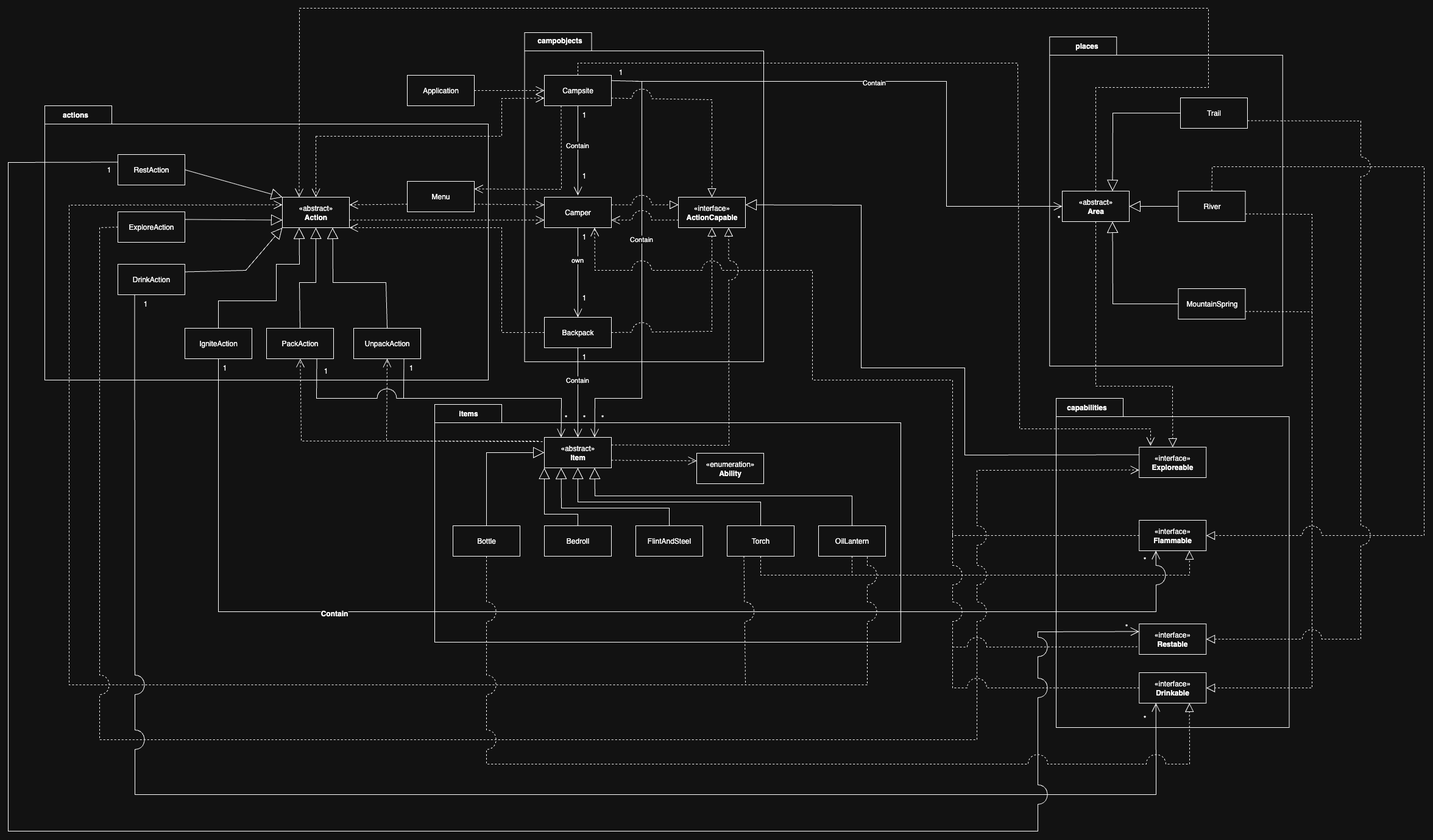
Earlier version of the draw.io export docs/w5-uml.png (Fanka2005/Bootcamp_OOP_Camper). Source tidied: cells renumbered, new cells last; positions are measured from the earlier drawing's top-left corner, leaving out a move shared by most shapes.
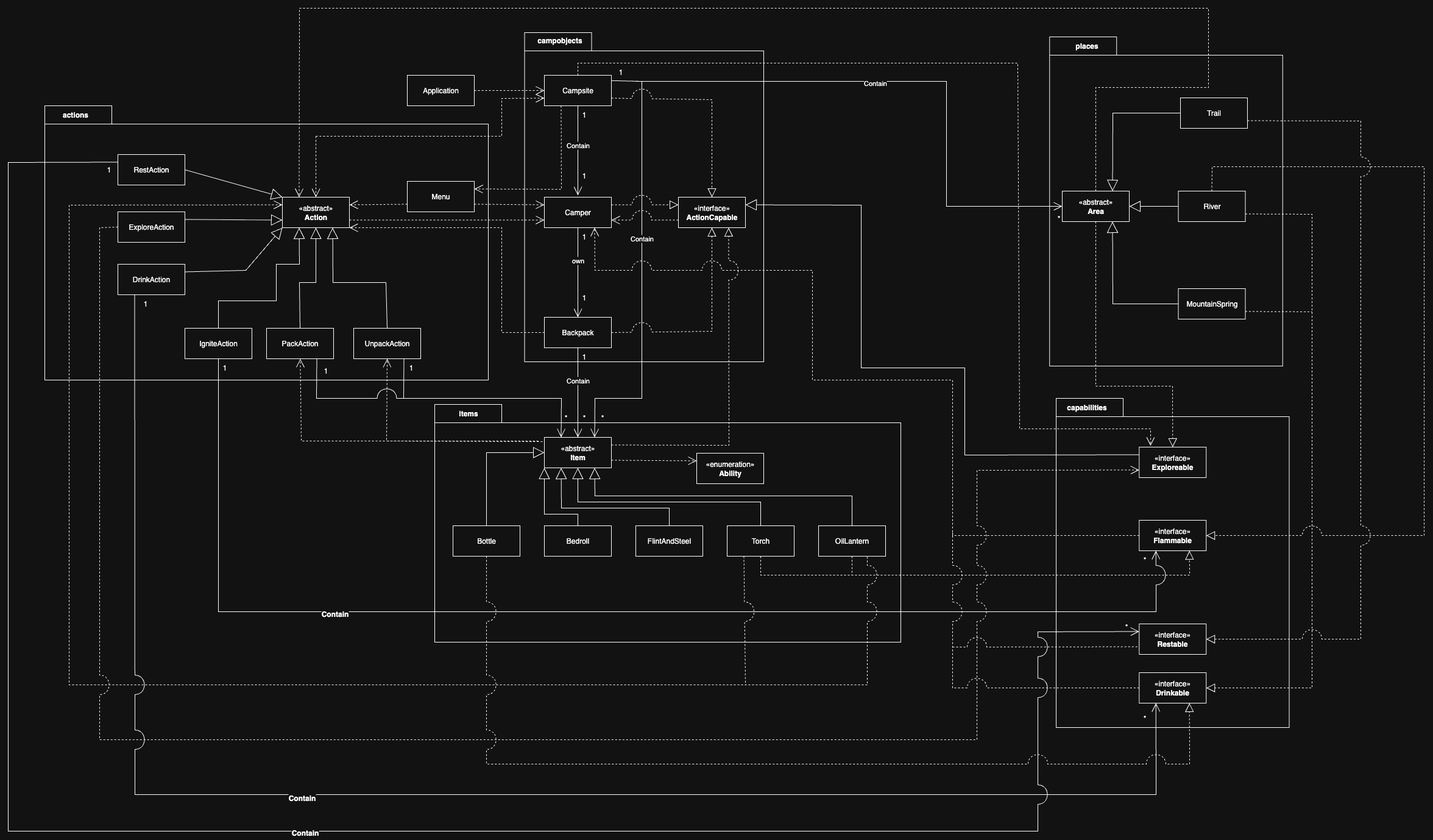
Later version of the same file.

Commit message:
(Week 5) Update UML Diagram, change relationship

- Add names to the association line

The edit, as a diff of the source:
```diff
@@ -489,6 +489,9 @@
         </Array>
       </mxGeometry>
     </mxCell>
+    <mxCell id="124" value="Contain" style="edgeLabel;html=1;align=center;verticalAlign=middle;strokeColor=default;spacingTop=10;fontFamily=Helvetica;fontSize=12;fontColor=default;fontStyle=1;fillColor=default;" parent="100" vertex="1">
+      <mxGeometry x="-0.17" relative="1" as="geometry" />
+    </mxCell>
     <mxCell id="101" style="endArrow=block;dashed=1;endFill=0;endSize=12;html=1;rounded=0;fontFamily=Helvetica;fontSize=12;fontColor=default;fontStyle=1;exitX=1;exitY=0.75;exitDx=0;exitDy=0;entryX=1;entryY=0.5;entryDx=0;entryDy=0;jumpStyle=arc;jumpSize=32;" parent="1" edge="1" source="85" target="96">
       <mxGeometry relative="1" as="geometry">
         <Array as="points">
@@ -540,6 +543,9 @@
         </Array>
       </mxGeometry>
     </mxCell>
+    <mxCell id="125" value="Contain" style="edgeLabel;html=1;align=center;verticalAlign=middle;strokeColor=default;spacingTop=10;fontFamily=Helvetica;fontSize=12;fontColor=default;fontStyle=1;fillColor=default;" parent="108" vertex="1">
+      <mxGeometry x="0.02" y="3" relative="1" as="geometry" />
+    </mxCell>
     <mxCell id="109" style="endArrow=block;endSize=16;endFill=0;html=1;rounded=0;fontFamily=Helvetica;fontSize=12;fontColor=default;fontStyle=1;exitX=1;exitY=0.5;exitDx=0;exitDy=0;" parent="1" edge="1" source="107">
       <mxGeometry relative="1" as="geometry">
         <mxPoint x="450" y="310" as="targetPoint" />
```
